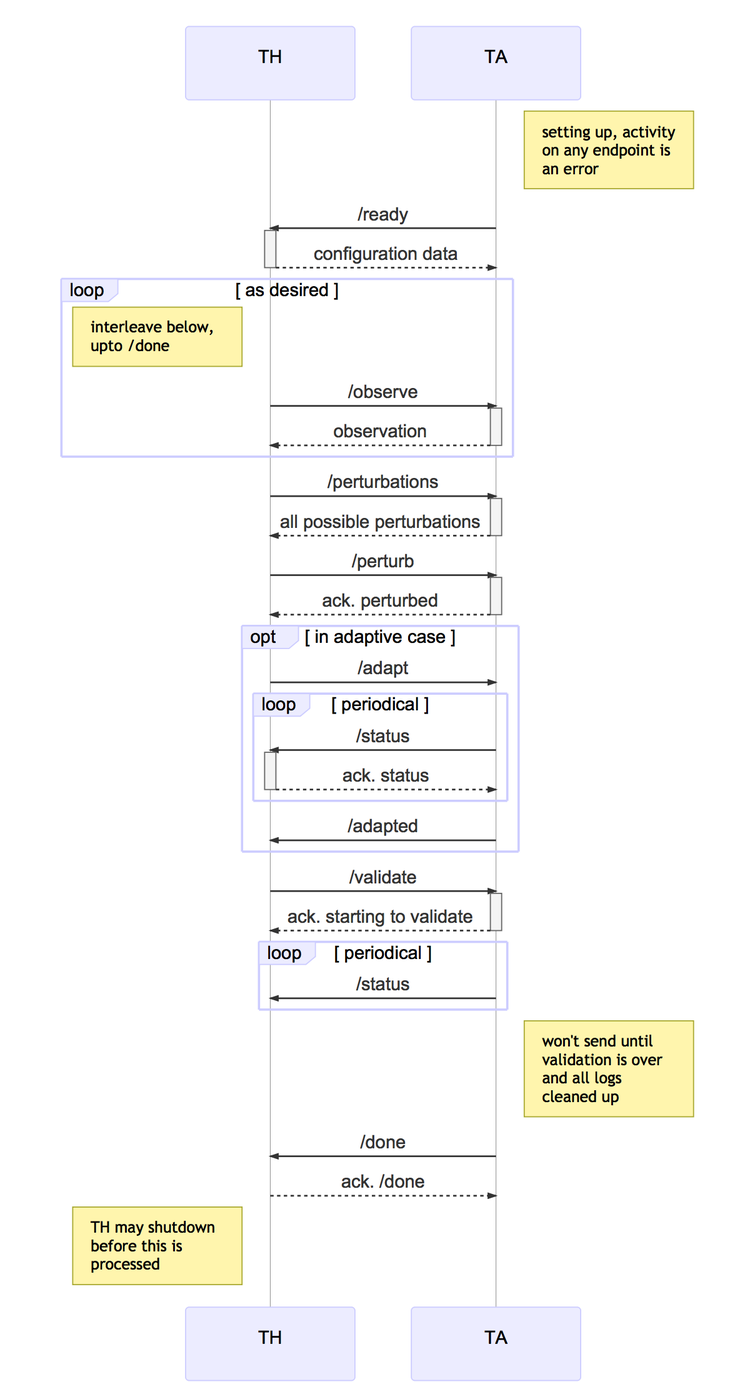
This is documents/sequences/cp2.mmd.png from cmu-mars/cmu-robotics, a Mermaid export, as it was before one commit. Its source is kept beside it as documents/sequences/cp2.mmd.
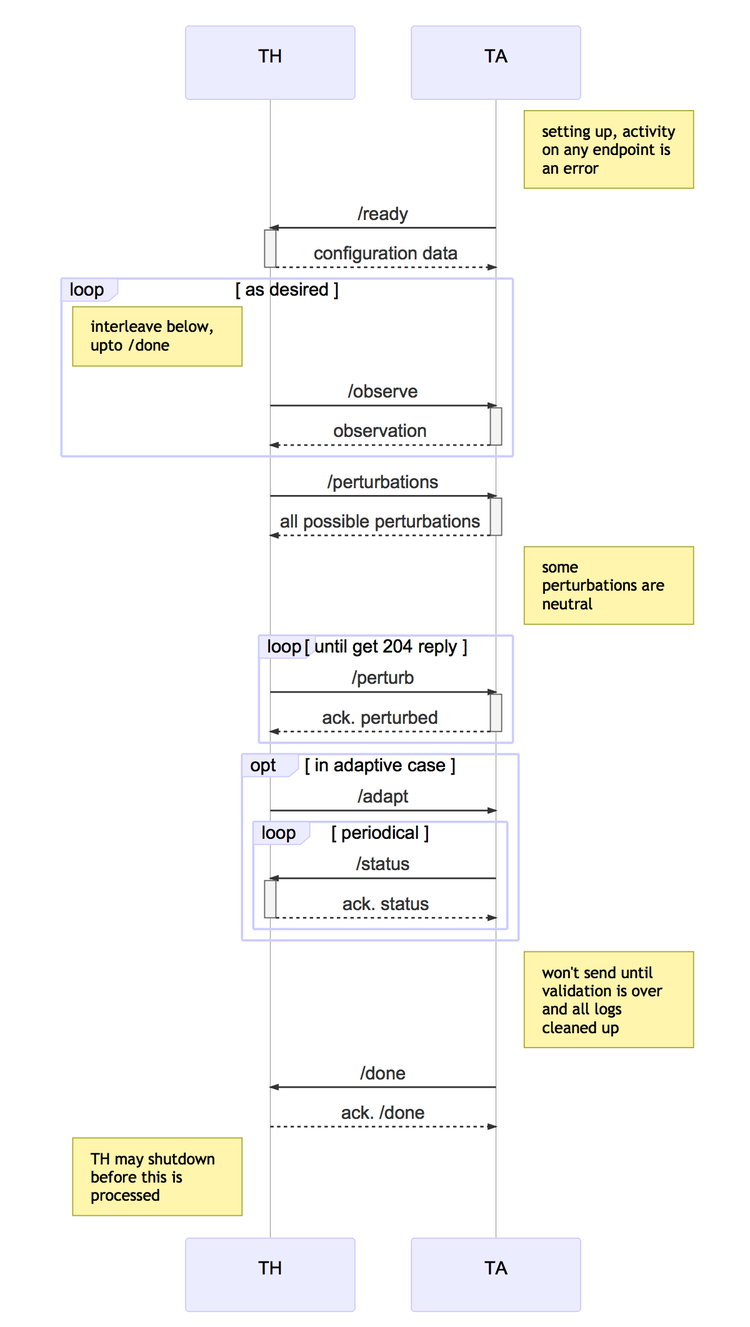
After the commit.

Commit message:
new markdown and sequence diagrams

What changed in the source:
```diff
@@ -15,8 +15,12 @@
 
 	TH ->>+ TA: /perturbations
 	TA -->>- TH: all possible perturbations
-	TH ->>+ TA: /perturb
-	TA -->>- TH: ack. perturbed
+
+	Note right of TA: some perturbations are neutral
+	loop until get 204 reply
+		TH ->>+ TA: /perturb
+		TA -->>- TH: ack. perturbed
+	end
 
 	opt in adaptive case
 	     TH ->> TA: /adapt
@@ -24,13 +28,6 @@
 	     	  TA ->>+ TH: /status
 		  TH -->>- TA: ack. status
 	     end
-	     TA ->> TH: /adapted
-	end
-
-	TH ->>+ TA: /validate
-	TA -->>- TH: ack. starting to validate
-	loop periodical
-	     TA ->> TH: /status
 	end
 
         Note right of TA: won't send until validation is over and all logs cleaned up
```
